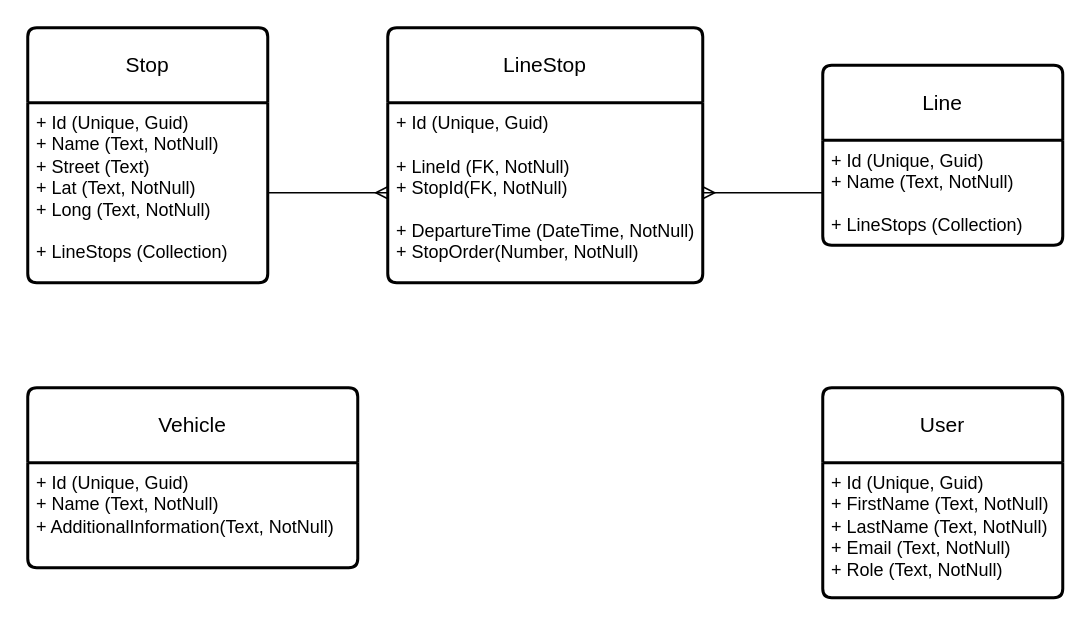
Before: page "Entities" (4 of 8) of docs/drawio/Architecture_C4.drawio in Noweli/public-transport-app, a draw.io diagram. Source tidied: cells renumbered, new cells numbered last; positions are measured from the earlier drawing's top-left corner, leaving out a move shared by most shapes. Both pictures are drawn from the tidied source at 150%, with x=0, y=0 at pixel (27, 27).
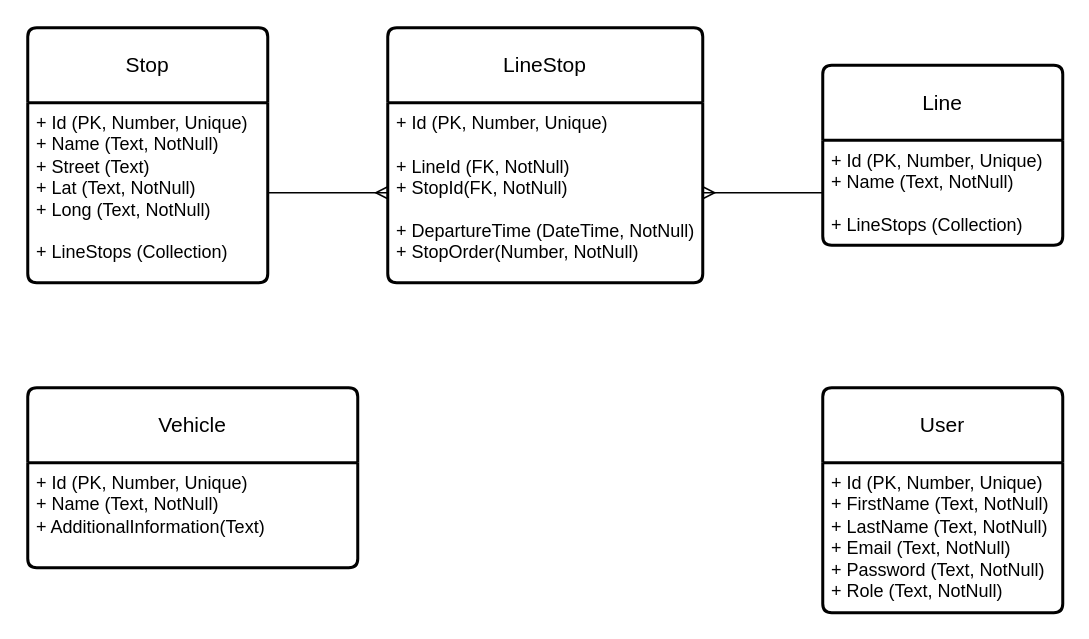
The same diagram, later.

Diff of the diagram source:
```diff
@@
 <mxGraphModel>
   <root>
     <mxCell id="0" />
     <mxCell id="1" parent="0" />
     <mxCell id="2" value="Stop" style="swimlane;horizontal=1;startSize=50;rounded=1;fontSize=14;fontStyle=0;strokeWidth=2;shadow=0;dashed=0;align=center;arcSize=4;whiteSpace=wrap;html=1;" parent="1" vertex="1">
       <mxGeometry width="160" height="170" as="geometry" />
     </mxCell>
-    <mxCell id="3" value="+ Id (Unique, Guid)&lt;div&gt;+ Name (Text, NotNull)&lt;/div&gt;&lt;div&gt;+ Street (Text)&lt;/div&gt;&lt;div&gt;+ Lat (Text, NotNull)&lt;/div&gt;&lt;div&gt;+ Long (Text, NotNull)&lt;/div&gt;&lt;div&gt;&lt;br&gt;&lt;/div&gt;&lt;div&gt;+ LineStops (Collection)&lt;/div&gt;" style="align=left;strokeColor=none;fillColor=none;spacingLeft=4;spacingRight=4;fontSize=12;verticalAlign=top;html=1;whiteSpace=wrap;" parent="2" vertex="1">
+    <mxCell id="3" value="+ Id (PK, Number, Unique)&lt;div&gt;+ Name (Text, NotNull)&lt;/div&gt;&lt;div&gt;+ Street (Text)&lt;/div&gt;&lt;div&gt;+ Lat (Text, NotNull)&lt;/div&gt;&lt;div&gt;+ Long (Text, NotNull)&lt;/div&gt;&lt;div&gt;&lt;br&gt;&lt;/div&gt;&lt;div&gt;+ LineStops (Collection)&lt;/div&gt;" style="align=left;strokeColor=none;fillColor=none;spacingLeft=4;spacingRight=4;fontSize=12;verticalAlign=top;html=1;whiteSpace=wrap;" parent="2" vertex="1">
       <mxGeometry y="50" width="160" height="120" as="geometry" />
     </mxCell>
     <mxCell id="4" value="Line" style="swimlane;horizontal=1;startSize=50;rounded=1;fontSize=14;fontStyle=0;strokeWidth=2;shadow=0;dashed=0;align=center;arcSize=4;whiteSpace=wrap;html=1;" parent="1" vertex="1">
       <mxGeometry x="530" y="25" width="160" height="120" as="geometry" />
     </mxCell>
-    <mxCell id="5" value="+ Id (Unique, Guid)&lt;div&gt;+ Name (Text, NotNull)&lt;/div&gt;&lt;div&gt;&lt;br&gt;&lt;/div&gt;&lt;div&gt;+ LineStops (Collection)&lt;/div&gt;" style="align=left;strokeColor=none;fillColor=none;spacingLeft=4;spacingRight=4;fontSize=12;verticalAlign=top;html=1;whiteSpace=wrap;" parent="4" vertex="1">
+    <mxCell id="5" value="+ Id (PK, Number, Unique)&lt;div&gt;+ Name (Text, NotNull)&lt;/div&gt;&lt;div&gt;&lt;br&gt;&lt;/div&gt;&lt;div&gt;+ LineStops (Collection)&lt;/div&gt;" style="align=left;strokeColor=none;fillColor=none;spacingLeft=4;spacingRight=4;fontSize=12;verticalAlign=top;html=1;whiteSpace=wrap;" parent="4" vertex="1">
       <mxGeometry y="50" width="160" height="70" as="geometry" />
     </mxCell>
     <mxCell id="6" value="LineStop" style="swimlane;horizontal=1;startSize=50;rounded=1;fontSize=14;fontStyle=0;strokeWidth=2;shadow=0;dashed=0;align=center;arcSize=4;whiteSpace=wrap;html=1;" parent="1" vertex="1">
       <mxGeometry x="240" width="210" height="170" as="geometry" />
     </mxCell>
-    <mxCell id="7" value="+ Id (Unique, Guid)&lt;div&gt;&lt;br&gt;&lt;/div&gt;&lt;div&gt;+ LineId (FK, NotNull)&lt;/div&gt;&lt;div&gt;+ StopId(FK, NotNull)&lt;/div&gt;&lt;div&gt;&lt;br&gt;&lt;/div&gt;&lt;div&gt;+ DepartureTime (DateTime, NotNull)&lt;/div&gt;&lt;div&gt;+ StopOrder(Number, NotNull)&lt;/div&gt;" style="align=left;strokeColor=none;fillColor=none;spacingLeft=4;spacingRight=4;fontSize=12;verticalAlign=top;html=1;whiteSpace=wrap;" parent="6" vertex="1">
+    <mxCell id="7" value="+ Id (PK, Number, Unique)&lt;div&gt;&lt;br&gt;&lt;/div&gt;&lt;div&gt;+ LineId (FK, NotNull)&lt;/div&gt;&lt;div&gt;+ StopId(FK, NotNull)&lt;/div&gt;&lt;div&gt;&lt;br&gt;&lt;/div&gt;&lt;div&gt;+ DepartureTime (DateTime, NotNull)&lt;/div&gt;&lt;div&gt;+ StopOrder(Number, NotNull)&lt;/div&gt;" style="align=left;strokeColor=none;fillColor=none;spacingLeft=4;spacingRight=4;fontSize=12;verticalAlign=top;html=1;whiteSpace=wrap;" parent="6" vertex="1">
       <mxGeometry y="50" width="210" height="120" as="geometry" />
     </mxCell>
     <mxCell id="8" value="Vehicle" style="swimlane;horizontal=1;startSize=50;rounded=1;fontSize=14;fontStyle=0;strokeWidth=2;shadow=0;dashed=0;align=center;arcSize=4;whiteSpace=wrap;html=1;" parent="1" vertex="1">
       <mxGeometry y="240" width="220" height="120" as="geometry" />
     </mxCell>
-    <mxCell id="9" value="+ Id (Unique, Guid)&lt;div&gt;+ Name (Text, NotNull)&lt;/div&gt;&lt;div&gt;+ AdditionalInformation(Text, NotNull)&lt;/div&gt;" style="align=left;strokeColor=none;fillColor=none;spacingLeft=4;spacingRight=4;fontSize=12;verticalAlign=top;html=1;whiteSpace=wrap;" parent="8" vertex="1">
+    <mxCell id="9" value="+ Id (PK, Number, Unique)&lt;div&gt;+ Name (Text, NotNull)&lt;/div&gt;&lt;div&gt;+ AdditionalInformation(Text)&lt;/div&gt;" style="align=left;strokeColor=none;fillColor=none;spacingLeft=4;spacingRight=4;fontSize=12;verticalAlign=top;html=1;whiteSpace=wrap;" parent="8" vertex="1">
       <mxGeometry y="50" width="220" height="70" as="geometry" />
     </mxCell>
     <mxCell id="10" value="User" style="swimlane;horizontal=1;startSize=50;rounded=1;fontSize=14;fontStyle=0;strokeWidth=2;shadow=0;dashed=0;align=center;arcSize=4;whiteSpace=wrap;html=1;" parent="1" vertex="1">
-      <mxGeometry x="530" y="240" width="160" height="140" as="geometry" />
+      <mxGeometry x="530" y="240" width="160" height="150" as="geometry" />
     </mxCell>
-    <mxCell id="11" value="+ Id (Unique, Guid)&lt;div&gt;+ FirstName (Text, NotNull)&lt;/div&gt;&lt;div&gt;+ LastName (Text, NotNull)&lt;/div&gt;&lt;div&gt;+ Email (Text, NotNull)&lt;/div&gt;&lt;div&gt;+ Role (Text, NotNull)&lt;/div&gt;" style="align=left;strokeColor=none;fillColor=none;spacingLeft=4;spacingRight=4;fontSize=12;verticalAlign=top;html=1;whiteSpace=wrap;" parent="10" vertex="1">
-      <mxGeometry y="50" width="160" height="90" as="geometry" />
+    <mxCell id="11" value="+ Id (PK, Number, Unique)&lt;div&gt;+ FirstName (Text, NotNull)&lt;/div&gt;&lt;div&gt;+ LastName (Text, NotNull)&lt;/div&gt;&lt;div&gt;+ Email (Text, NotNull)&lt;/div&gt;&lt;div&gt;+ Password (Text, NotNull)&lt;/div&gt;&lt;div&gt;+ Role (Text, NotNull)&lt;/div&gt;" style="align=left;strokeColor=none;fillColor=none;spacingLeft=4;spacingRight=4;fontSize=12;verticalAlign=top;html=1;whiteSpace=wrap;" parent="10" vertex="1">
+      <mxGeometry y="50" width="160" height="100" as="geometry" />
     </mxCell>
     <mxCell id="12" style="edgeStyle=orthogonalEdgeStyle;rounded=0;jettySize=auto;html=1;endArrow=ERmany;endFill=0;" parent="1" edge="1" source="3" target="7">
       <mxGeometry relative="1" as="geometry" />
     </mxCell>
     <mxCell id="13" style="edgeStyle=orthogonalEdgeStyle;rounded=0;jettySize=auto;html=1;endArrow=ERmany;endFill=0;" parent="1" edge="1" source="5" target="7">
       <mxGeometry relative="1" as="geometry" />
     </mxCell>
   </root>
 </mxGraphModel>
```
